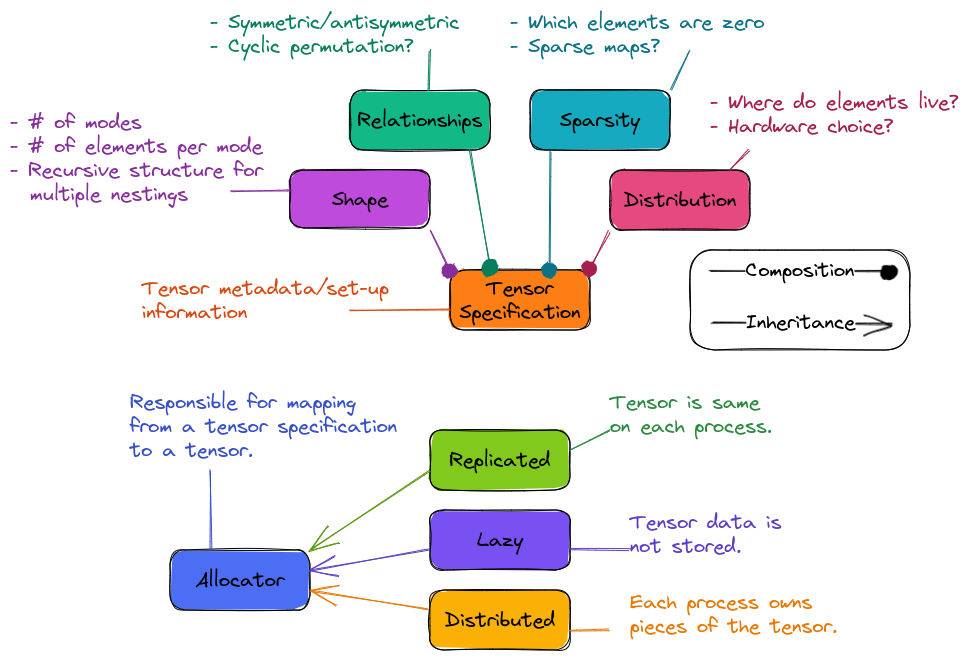
Above: docs/source/developer/design/assets/creation.png in NWChemEx/TensorWrapper (Excalidraw), before the change. Source tidied: one line per element, renumbered; positions are measured from the earlier drawing's top-left corner, leaving out a move shared by most shapes.
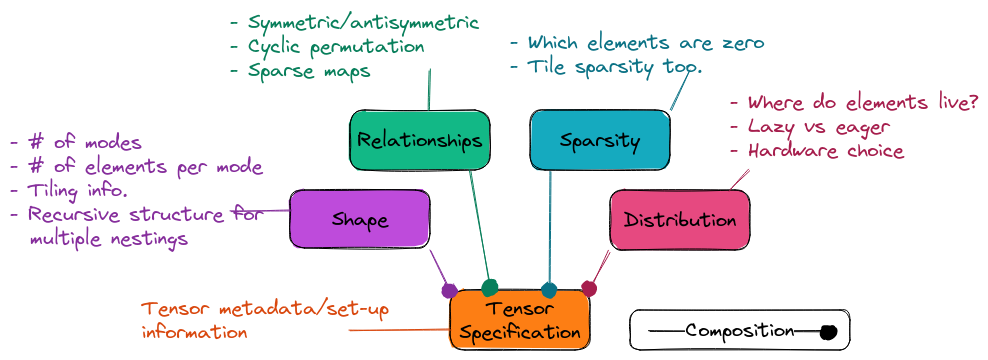
Above is the later version.

Change to the diagram source:
```diff
@@ -1,48 +1,27 @@
-{"id": 0, "type": "rectangle", "strokeColor": "#000000", "backgroundColor": "#4c6ef5", "fillStyle": "solid", "strokeWidth": 1, "roughness": 1, "round": true, "x": 160, "y": 540, "width": 140, "height": 60}
-{"id": 1, "type": "text", "text": "Allocator", "strokeColor": "#000000", "strokeWidth": 1, "roughness": 1, "fontSize": 20, "fontFamily": 1, "textAlign": "center", "verticalAlign": "middle", "inside": 0, "x": 185, "y": 558, "width": 89, "height": 24}
 {"id": 2, "type": "rectangle", "strokeColor": "#000000", "backgroundColor": "#be4bdb", "fillStyle": "solid", "strokeWidth": 1, "roughness": 1, "round": true, "x": 280, "y": 160, "width": 140, "height": 58}
 {"id": 3, "type": "text", "text": "Shape", "strokeColor": "#000000", "strokeWidth": 1, "roughness": 1, "fontSize": 20, "fontFamily": 1, "textAlign": "center", "verticalAlign": "middle", "inside": 2, "x": 322, "y": 177, "width": 56, "height": 24}
-{"id": 4, "type": "text", "text": "- # of modes\n- # of elements per mode\n- Recursive structure for \n  multiple nestings", "strokeColor": "#862e9c", "strokeWidth": 1, "roughness": 1, "fontSize": 20, "fontFamily": 1, "x": 0, "y": 100, "width": 263, "height": 96}
+{"id": 4, "type": "text", "text": "- # of modes\n- # of elements per mode\n- Tiling info.\n- Recursive structure for \n  multiple nestings", "strokeColor": "#862e9c", "strokeWidth": 1, "roughness": 1, "fontSize": 20, "fontFamily": 1, "x": 0, "y": 100, "width": 263, "height": 120}
 {"id": 5, "type": "rectangle", "strokeColor": "#000000", "backgroundColor": "#12b886", "fillStyle": "solid", "strokeWidth": 1, "roughness": 1, "round": true, "x": 340, "y": 80, "width": 140, "height": 60}
 {"id": 6, "type": "text", "text": "Relationships", "strokeColor": "#000000", "strokeWidth": 1, "roughness": 1, "fontSize": 20, "fontFamily": 1, "textAlign": "center", "verticalAlign": "middle", "inside": 5, "x": 347, "y": 98, "width": 125, "height": 24}
-{"id": 7, "type": "text", "text": "- Symmetric/antisymmetric\n- Cyclic permutation?", "strokeColor": "#087f5b", "strokeWidth": 1, "roughness": 1, "fontSize": 20, "fontFamily": 1, "x": 200, "y": 0, "width": 250, "height": 48}
+{"id": 7, "type": "text", "text": "- Symmetric/antisymmetric\n- Cyclic permutation\n- Sparse maps", "strokeColor": "#087f5b", "strokeWidth": 1, "roughness": 1, "fontSize": 20, "fontFamily": 1, "x": 220, "y": -20, "width": 250, "height": 72}
 {"id": 8, "type": "rectangle", "strokeColor": "#000000", "backgroundColor": "#15aabf", "fillStyle": "solid", "strokeWidth": 1, "roughness": 1, "round": true, "x": 520, "y": 80, "width": 140, "height": 60}
 {"id": 9, "type": "text", "text": "Sparsity", "strokeColor": "#000000", "strokeWidth": 1, "roughness": 1, "fontSize": 20, "fontFamily": 1, "textAlign": "center", "verticalAlign": "middle", "inside": 8, "x": 550, "y": 98, "width": 80, "height": 24}
-{"id": 10, "type": "text", "text": "- Which elements are zero\n- Sparse maps?", "strokeColor": "#0b7285", "strokeWidth": 1, "roughness": 1, "fontSize": 20, "fontFamily": 1, "x": 500, "y": 0, "width": 254, "height": 48}
+{"id": 10, "type": "text", "text": "- Which elements are zero\n- Tile sparsity too.", "strokeColor": "#0b7285", "strokeWidth": 1, "roughness": 1, "fontSize": 20, "fontFamily": 1, "x": 500, "y": 0, "width": 254, "height": 48}
 {"id": 11, "type": "rectangle", "strokeColor": "#000000", "backgroundColor": "#e64980", "fillStyle": "solid", "strokeWidth": 1, "roughness": 1, "round": true, "x": 600, "y": 160, "width": 140, "height": 60}
 {"id": 12, "type": "text", "text": "Distribution", "strokeColor": "#000000", "strokeWidth": 1, "roughness": 1, "fontSize": 20, "fontFamily": 1, "textAlign": "center", "verticalAlign": "middle", "inside": 11, "x": 614, "y": 178, "width": 113, "height": 24}
-{"id": 13, "type": "text", "text": "- Where do elements live?\n- Hardware choice?", "strokeColor": "#a61e4d", "strokeWidth": 1, "roughness": 1, "fontSize": 20, "fontFamily": 1, "x": 700, "y": 80, "width": 249, "height": 48}
+{"id": 13, "type": "text", "text": "- Where do elements live?\n- Lazy vs eager\n- Hardware choice", "strokeColor": "#a61e4d", "strokeWidth": 1, "roughness": 1, "fontSize": 20, "fontFamily": 1, "x": 720, "y": 60, "width": 249, "height": 72}
-{"id": 14, "type": "rectangle", "strokeColor": "#000000", "backgroundColor": "#82c91e", "fillStyle": "solid", "strokeWidth": 1, "roughness": 1, "round": true, "x": 420, "y": 420, "width": 140, "height": 60}
-{"id": 15, "type": "text", "text": "Replicated", "strokeColor": "#000000", "strokeWidth": 1, "roughness": 1, "fontSize": 20, "fontFamily": 1, "textAlign": "center", "verticalAlign": "middle", "inside": 14, "x": 440, "y": 438, "width": 101, "height": 24}
-{"id": 16, "type": "rectangle", "strokeColor": "#000000", "backgroundColor": "#7950f2", "fillStyle": "solid", "strokeWidth": 1, "roughness": 1, "round": true, "x": 420, "y": 500, "width": 140, "height": 60}
-{"id": 17, "type": "text", "text": "Lazy", "strokeColor": "#000000", "strokeWidth": 1, "roughness": 1, "fontSize": 20, "fontFamily": 1, "textAlign": "center", "verticalAlign": "middle", "inside": 16, "x": 467, "y": 518, "width": 46, "height": 24}
-{"id": 18, "type": "rectangle", "strokeColor": "#000000", "backgroundColor": "#fab005", "fillStyle": "solid", "strokeWidth": 1, "roughness": 1, "round": true, "x": 420, "y": 580, "width": 140, "height": 60}
-{"id": 19, "type": "text", "text": "Distributed", "strokeColor": "#000000", "strokeWidth": 1, "roughness": 1, "fontSize": 20, "fontFamily": 1, "textAlign": "center", "verticalAlign": "middle", "inside": 18, "x": 435, "y": 598, "width": 110, "height": 24}
 {"id": 20, "type": "rectangle", "strokeColor": "#000000", "backgroundColor": "#fd7e14", "fillStyle": "solid", "strokeWidth": 1, "roughness": 1, "round": true, "x": 440, "y": 260, "width": 140, "height": 60}
 {"id": 21, "type": "text", "text": "Tensor\nSpecification", "strokeColor": "#000000", "strokeWidth": 1, "roughness": 1, "fontSize": 20, "fontFamily": 1, "textAlign": "center", "verticalAlign": "middle", "inside": 20, "x": 450, "y": 266, "width": 121, "height": 48}
-{"id": 22, "type": "arrow", "strokeColor": "#5c940d", "strokeWidth": 1, "roughness": 1, "endArrowhead": "arrow", "round": true, "from": 14, "to": 0, "x": 419, "y": 461, "width": 118, "height": 79, "points": [[0, 0], [-118, 79]]}
-{"id": 23, "type": "arrow", "strokeColor": "#5f3dc4", "strokeWidth": 1, "roughness": 1, "endArrowhead": "arrow", "round": true, "from": 16, "to": 0, "x": 419, "y": 540, "width": 118, "height": 20, "points": [[0, 0], [-118, 20]]}
-{"id": 24, "type": "arrow", "strokeColor": "#e67700", "strokeWidth": 1, "roughness": 1, "endArrowhead": "arrow", "round": true, "from": 18, "to": 0, "x": 418, "y": 600, "width": 118, "height": 20, "points": [[0, 0], [-118, -20]]}
-{"id": 25, "type": "text", "text": "Responsible for mapping\nfrom a tensor specification\nto a tensor.", "strokeColor": "#364fc7", "strokeWidth": 1, "roughness": 1, "fontSize": 20, "fontFamily": 1, "x": 120, "y": 380, "width": 267, "height": 72}
-{"id": 26, "type": "line", "strokeColor": "#364fc7", "strokeWidth": 1, "roughness": 1, "round": true, "x": 201, "y": 540, "width": 1, "height": 80, "points": [[0, 0], [-1, -80]]}
 {"id": 27, "type": "arrow", "strokeColor": "#862e9c", "strokeWidth": 1, "roughness": 1, "endArrowhead": "dot", "round": true, "from": 2, "to": 20, "x": 420, "y": 221, "width": 19, "height": 40, "points": [[0, 0], [19, 40]]}
 {"id": 28, "type": "arrow", "strokeColor": "#087f5b", "strokeWidth": 1, "roughness": 1, "endArrowhead": "dot", "round": true, "from": 5, "to": 20, "x": 460, "y": 140, "width": 21, "height": 119, "points": [[0, 0], [21, 119]]}
 {"id": 29, "type": "arrow", "strokeColor": "#0b7285", "strokeWidth": 1, "roughness": 1, "endArrowhead": "dot", "round": true, "from": 8, "to": 20, "x": 540, "y": 141, "width": 0, "height": 118, "points": [[0, 0], [0, 118]]}
 {"id": 30, "type": "arrow", "strokeColor": "#a61e4d", "strokeWidth": 1, "roughness": 1, "endArrowhead": "dot", "round": true, "from": 11, "to": 20, "x": 600, "y": 221, "width": 19, "height": 38, "points": [[0, 0], [-19, 38]]}
-{"id": 31, "type": "arrow", "strokeColor": "#000000", "strokeWidth": 1, "roughness": 1, "endArrowhead": "dot", "round": true, "x": 700, "y": 260, "width": 180, "height": 0, "points": [[0, 0], [180, 0]]}
+{"id": 31, "type": "arrow", "strokeColor": "#000000", "strokeWidth": 1, "roughness": 1, "endArrowhead": "dot", "round": true, "x": 640, "y": 300, "width": 180, "height": 0, "points": [[0, 0], [180, 0]]}
-{"id": 32, "type": "text", "text": "Composition", "strokeColor": "#000000", "strokeWidth": 1, "roughness": 1, "fontSize": 20, "fontFamily": 1, "textAlign": "center", "verticalAlign": "middle", "inside": 31, "x": 736, "y": 248, "width": 109, "height": 24}
+{"id": 32, "type": "text", "text": "Composition", "strokeColor": "#000000", "strokeWidth": 1, "roughness": 1, "fontSize": 20, "fontFamily": 1, "textAlign": "center", "verticalAlign": "middle", "inside": 31, "x": 676, "y": 288, "width": 109, "height": 24}
-{"id": 33, "type": "arrow", "strokeColor": "#000000", "strokeWidth": 1, "roughness": 1, "endArrowhead": "arrow", "round": true, "x": 701, "y": 312, "width": 180, "height": 0, "points": [[0, 0], [180, 0]]}
-{"id": 34, "type": "text", "text": "Inheritance", "strokeColor": "#000000", "strokeWidth": 1, "roughness": 1, "fontSize": 20, "fontFamily": 1, "textAlign": "center", "verticalAlign": "middle", "inside": 33, "x": 736, "y": 300, "width": 109, "height": 24}
-{"id": 35, "type": "rectangle", "strokeColor": "#000000", "strokeWidth": 1, "roughness": 1, "round": true, "x": 680, "y": 240, "width": 220, "height": 100}
+{"id": 35, "type": "rectangle", "strokeColor": "#000000", "strokeWidth": 1, "roughness": 1, "round": true, "x": 620, "y": 280, "width": 220, "height": 40}
 {"id": 36, "type": "line", "strokeColor": "#087f5b", "backgroundColor": "#12b886", "fillStyle": "solid", "strokeWidth": 1, "roughness": 1, "round": true, "x": 420, "y": 40, "width": 0, "height": 40, "points": [[0, 0], [0, 40]]}
 {"id": 37, "type": "line", "strokeColor": "#862e9c", "backgroundColor": "#be4bdb", "fillStyle": "solid", "strokeWidth": 1, "roughness": 1, "round": true, "x": 221, "y": 181, "width": 60, "height": 0, "points": [[0, 0], [60, 0]]}
 {"id": 38, "type": "line", "strokeColor": "#a61e4d", "backgroundColor": "#e64980", "fillStyle": "solid", "strokeWidth": 1, "roughness": 1, "round": true, "x": 720, "y": 160, "width": 20, "height": 20, "points": [[0, 0], [20, -20]]}
 {"id": 39, "type": "line", "strokeColor": "#0b7285", "backgroundColor": "#e64980", "fillStyle": "solid", "strokeWidth": 1, "roughness": 1, "round": true, "x": 661, "y": 80, "width": 19, "height": 40, "points": [[0, 0], [19, -40]]}
 {"id": 40, "type": "text", "text": "Tensor metadata/set-up\ninformation", "strokeColor": "#d9480f", "backgroundColor": "#fa5252", "fillStyle": "solid", "strokeWidth": 1, "roughness": 1, "fontSize": 20, "fontFamily": 1, "x": 132, "y": 266, "width": 247, "height": 48}
 {"id": 41, "type": "line", "strokeColor": "#d9480f", "backgroundColor": "#fa5252", "fillStyle": "solid", "strokeWidth": 1, "roughness": 1, "round": true, "x": 340, "y": 300, "width": 100, "height": 0, "points": [[0, 0], [100, 0]]}
-{"id": 42, "type": "text", "text": "Tensor is same\non each process.", "strokeColor": "#2b8a3e", "backgroundColor": "#fa5252", "fillStyle": "solid", "strokeWidth": 1, "roughness": 1, "fontSize": 20, "fontFamily": 1, "x": 600, "y": 380, "width": 162, "height": 48}
-{"id": 43, "type": "line", "strokeColor": "#2b8a3e", "backgroundColor": "#fa5252", "fillStyle": "solid", "strokeWidth": 1, "roughness": 1, "round": true, "x": 560, "y": 440, "width": 40, "height": 20, "points": [[0, 0], [40, -20]]}
-{"id": 44, "type": "text", "text": "Tensor data is\nnot stored.", "strokeColor": "#5f3dc4", "backgroundColor": "#fa5252", "fillStyle": "solid", "strokeWidth": 1, "roughness": 1, "fontSize": 20, "fontFamily": 1, "x": 620, "y": 500, "width": 151, "height": 48}
-{"id": 45, "type": "line", "strokeColor": "#5f3dc4", "backgroundColor": "#fa5252", "fillStyle": "solid", "strokeWidth": 1, "roughness": 1, "round": true, "x": 560, "y": 540, "width": 60, "height": 0, "points": [[0, 0], [60, 0]]}
-{"id": 46, "type": "text", "text": "Each process owns\npieces of the tensor.", "strokeColor": "#e67700", "backgroundColor": "#fa5252", "fillStyle": "solid", "strokeWidth": 1, "roughness": 1, "fontSize": 20, "fontFamily": 1, "x": 620, "y": 580, "width": 208, "height": 48}
-{"id": 47, "type": "line", "strokeColor": "#e67700", "backgroundColor": "#fa5252", "fillStyle": "solid", "strokeWidth": 1, "roughness": 1, "round": true, "x": 560, "y": 620, "width": 40, "height": 0, "points": [[0, 0], [40, 0]]}
```
